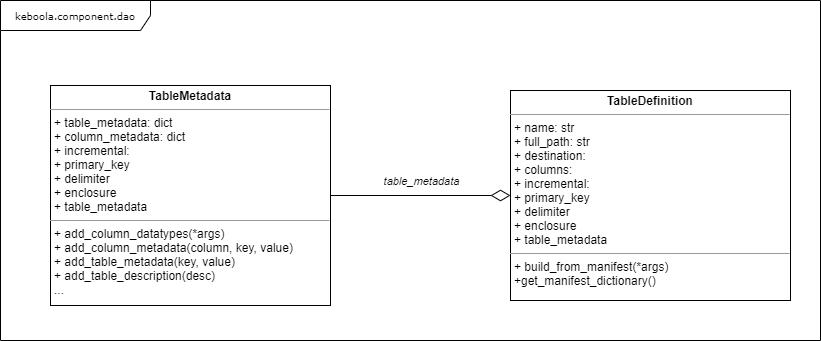
This is docs/imgs/TableDefinition_class.png from keboola/python-component, a draw.io export, as it was before one commit. Source tidied: cells renumbered, new cells last; positions are measured from the earlier drawing's top-left corner, leaving out a move shared by most shapes.
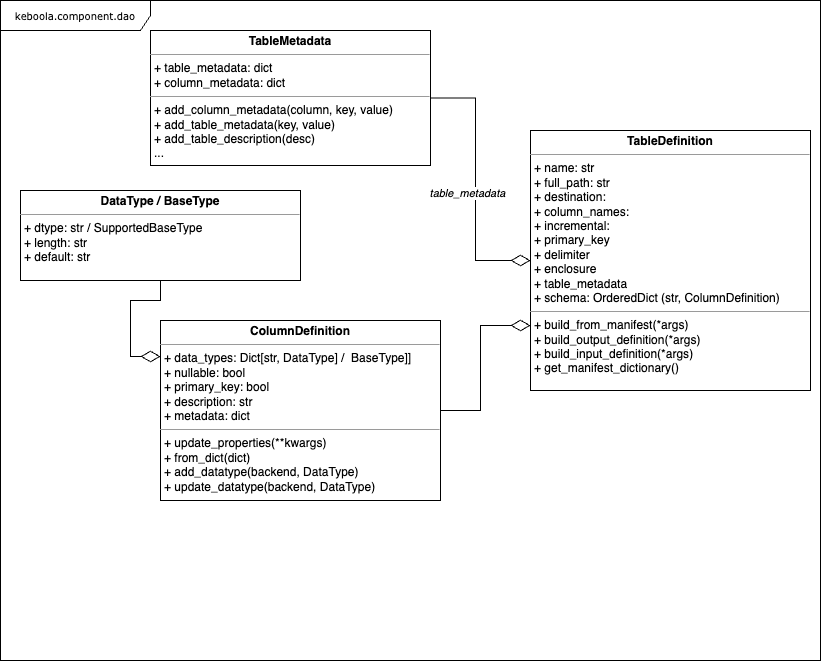
Above is the later version.

Diff of the diagram source:
```diff
@@ -3,10 +3,10 @@
     <mxCell id="0" />
     <mxCell id="1" parent="0" />
     <mxCell id="2" value="keboola.component.dao" style="shape=umlFrame;whiteSpace=wrap;html=1;rounded=0;shadow=0;comic=0;labelBackgroundColor=none;strokeWidth=1;fontFamily=Verdana;fontSize=10;align=center;width=150;height=30;" parent="1" vertex="1">
-      <mxGeometry width="820" height="340" as="geometry" />
+      <mxGeometry width="820" height="660" as="geometry" />
     </mxCell>
-    <mxCell id="3" value="&lt;p style=&quot;margin: 0px ; margin-top: 4px ; text-align: center&quot;&gt;&lt;b&gt;TableDefinition&lt;/b&gt;&lt;/p&gt;&lt;hr size=&quot;1&quot;&gt;&lt;p style=&quot;margin: 0px ; margin-left: 4px&quot;&gt;+ name: str&lt;br&gt;+ full_path: str&lt;/p&gt;&lt;p style=&quot;margin: 0px 0px 0px 4px&quot;&gt;+ destination:&amp;nbsp;&lt;br&gt;+ columns:&amp;nbsp;&lt;/p&gt;&lt;p style=&quot;margin: 0px 0px 0px 4px&quot;&gt;+ incremental:&lt;/p&gt;&lt;p style=&quot;margin: 0px 0px 0px 4px&quot;&gt;+ primary_key&lt;/p&gt;&lt;p style=&quot;margin: 0px 0px 0px 4px&quot;&gt;+ delimiter&lt;/p&gt;&lt;p style=&quot;margin: 0px 0px 0px 4px&quot;&gt;+ enclosure&lt;/p&gt;&lt;p style=&quot;margin: 0px 0px 0px 4px&quot;&gt;+ table_metadata&lt;/p&gt;&lt;hr size=&quot;1&quot;&gt;&lt;p style=&quot;margin: 0px ; margin-left: 4px&quot;&gt;+ build_from_manifest(*args)&lt;/p&gt;&lt;p style=&quot;margin: 0px ; margin-left: 4px&quot;&gt;+get_manifest_dictionary()&lt;/p&gt;" style="verticalAlign=top;align=left;overflow=fill;fontSize=12;fontFamily=Helvetica;html=1;rounded=0;shadow=0;comic=0;labelBackgroundColor=none;strokeWidth=1;" parent="1" vertex="1">
-      <mxGeometry x="510" y="90" width="280" height="210" as="geometry" />
+    <mxCell id="3" value="&lt;p style=&quot;margin: 0px ; margin-top: 4px ; text-align: center&quot;&gt;&lt;b&gt;TableDefinition&lt;/b&gt;&lt;/p&gt;&lt;hr size=&quot;1&quot;&gt;&lt;p style=&quot;margin: 0px ; margin-left: 4px&quot;&gt;+ name: str&lt;br&gt;+ full_path: str&lt;/p&gt;&lt;p style=&quot;margin: 0px 0px 0px 4px&quot;&gt;+ destination:&amp;nbsp;&lt;br&gt;+ column_names:&amp;nbsp;&lt;/p&gt;&lt;p style=&quot;margin: 0px 0px 0px 4px&quot;&gt;+ incremental:&lt;/p&gt;&lt;p style=&quot;margin: 0px 0px 0px 4px&quot;&gt;+ primary_key&lt;/p&gt;&lt;p style=&quot;margin: 0px 0px 0px 4px&quot;&gt;+ delimiter&lt;/p&gt;&lt;p style=&quot;margin: 0px 0px 0px 4px&quot;&gt;+ enclosure&lt;/p&gt;&lt;p style=&quot;margin: 0px 0px 0px 4px&quot;&gt;+ table_metadata&lt;/p&gt;&lt;p style=&quot;margin: 0px 0px 0px 4px&quot;&gt;+ schema: OrderedDict (str, ColumnDefinition)&lt;/p&gt;&lt;hr size=&quot;1&quot;&gt;&lt;p style=&quot;margin: 0px ; margin-left: 4px&quot;&gt;+ build_from_manifest(*args)&lt;/p&gt;&lt;p style=&quot;margin: 0px ; margin-left: 4px&quot;&gt;+ build_output_definition(&lt;span style=&quot;background-color: initial;&quot;&gt;*args&lt;/span&gt;&lt;span style=&quot;background-color: initial;&quot;&gt;)&lt;/span&gt;&lt;/p&gt;&lt;p style=&quot;margin: 0px ; margin-left: 4px&quot;&gt;+ build_input_definition(&lt;span style=&quot;background-color: initial;&quot;&gt;*args&lt;/span&gt;&lt;span style=&quot;background-color: initial;&quot;&gt;)&lt;/span&gt;&lt;/p&gt;&lt;p style=&quot;margin: 0px ; margin-left: 4px&quot;&gt;+ get_manifest_dictionary()&lt;/p&gt;" style="verticalAlign=top;align=left;overflow=fill;fontSize=12;fontFamily=Helvetica;html=1;rounded=0;shadow=0;comic=0;labelBackgroundColor=none;strokeWidth=1;" parent="1" vertex="1">
+      <mxGeometry x="530" y="130" width="280" height="260" as="geometry" />
     </mxCell>
     <mxCell id="4" style="edgeStyle=orthogonalEdgeStyle;rounded=0;jettySize=auto;html=1;exitX=1;exitY=0.5;exitDx=0;exitDy=0;endArrow=diamondThin;endFill=0;endSize=17;strokeWidth=1;entryX=0;entryY=0.5;entryDx=0;entryDy=0;" parent="1" edge="1" source="6" target="3">
       <mxGeometry relative="1" as="geometry" />
@@ -16,8 +16,20 @@
         <mxPoint x="-13" y="-11" as="offset" />
       </mxGeometry>
     </mxCell>
-    <mxCell id="6" value="&lt;p style=&quot;margin: 0px ; margin-top: 4px ; text-align: center&quot;&gt;&lt;b&gt;TableMetadata&lt;/b&gt;&lt;/p&gt;&lt;hr size=&quot;1&quot;&gt;&lt;p style=&quot;margin: 0px ; margin-left: 4px&quot;&gt;+ table_metadata: dict&amp;nbsp;&lt;br&gt;+ column_metadata: dict&amp;nbsp;&lt;/p&gt;&lt;p style=&quot;margin: 0px ; margin-left: 4px&quot;&gt;+ incremental:&lt;/p&gt;&lt;p style=&quot;margin: 0px ; margin-left: 4px&quot;&gt;+ primary_key&lt;/p&gt;&lt;p style=&quot;margin: 0px ; margin-left: 4px&quot;&gt;+ delimiter&lt;/p&gt;&lt;p style=&quot;margin: 0px ; margin-left: 4px&quot;&gt;+ enclosure&lt;/p&gt;&lt;p style=&quot;margin: 0px ; margin-left: 4px&quot;&gt;+ table_metadata&lt;/p&gt;&lt;hr size=&quot;1&quot;&gt;&lt;p style=&quot;margin: 0px ; margin-left: 4px&quot;&gt;+ add_column_datatypes(*args)&lt;/p&gt;&lt;p style=&quot;margin: 0px ; margin-left: 4px&quot;&gt;+ add_column_metadata(column, key, value)&lt;br&gt;&lt;/p&gt;&lt;p style=&quot;margin: 0px ; margin-left: 4px&quot;&gt;+ add_table_metadata(key, value)&lt;br&gt;&lt;/p&gt;&lt;p style=&quot;margin: 0px ; margin-left: 4px&quot;&gt;+ add_table_description(desc)&lt;br&gt;&lt;/p&gt;&lt;p style=&quot;margin: 0px ; margin-left: 4px&quot;&gt;...&lt;/p&gt;" style="verticalAlign=top;align=left;overflow=fill;fontSize=12;fontFamily=Helvetica;html=1;rounded=0;shadow=0;comic=0;labelBackgroundColor=none;strokeWidth=1;" parent="1" vertex="1">
-      <mxGeometry x="50" y="85" width="280" height="220" as="geometry" />
+    <mxCell id="6" value="&lt;p style=&quot;margin: 0px ; margin-top: 4px ; text-align: center&quot;&gt;&lt;b&gt;TableMetadata&lt;/b&gt;&lt;/p&gt;&lt;hr size=&quot;1&quot;&gt;&lt;p style=&quot;margin: 0px ; margin-left: 4px&quot;&gt;+ table_metadata: dict&amp;nbsp;&lt;br&gt;+ column_metadata: dict&lt;br&gt;&lt;/p&gt;&lt;hr size=&quot;1&quot;&gt;&lt;p style=&quot;margin: 0px ; margin-left: 4px&quot;&gt;&lt;span style=&quot;background-color: initial;&quot;&gt;+ add_column_metadata(column, key, value)&lt;/span&gt;&lt;br&gt;&lt;/p&gt;&lt;p style=&quot;margin: 0px ; margin-left: 4px&quot;&gt;+ add_table_metadata(key, value)&lt;br&gt;&lt;/p&gt;&lt;p style=&quot;margin: 0px ; margin-left: 4px&quot;&gt;+ add_table_description(desc)&lt;br&gt;&lt;/p&gt;&lt;p style=&quot;margin: 0px ; margin-left: 4px&quot;&gt;...&lt;/p&gt;" style="verticalAlign=top;align=left;overflow=fill;fontSize=12;fontFamily=Helvetica;html=1;rounded=0;shadow=0;comic=0;labelBackgroundColor=none;strokeWidth=1;" parent="1" vertex="1">
+      <mxGeometry x="150" y="30" width="280" height="135" as="geometry" />
     </mxCell>
+    <mxCell id="7" style="edgeStyle=orthogonalEdgeStyle;rounded=0;jettySize=auto;html=1;exitX=1;exitY=0.5;exitDx=0;exitDy=0;entryX=0;entryY=0.75;entryDx=0;entryDy=0;endArrow=diamondThin;endFill=0;endSize=17;" parent="1" edge="1" source="8" target="3">
+      <mxGeometry relative="1" as="geometry" />
+    </mxCell>
+    <mxCell id="8" value="&lt;p style=&quot;margin: 0px ; margin-top: 4px ; text-align: center&quot;&gt;&lt;span style=&quot;text-align: left;&quot;&gt;&lt;b&gt;ColumnDefinition&lt;/b&gt;&lt;/span&gt;&lt;br&gt;&lt;/p&gt;&lt;hr size=&quot;1&quot;&gt;&lt;p style=&quot;margin: 0px ; margin-left: 4px&quot;&gt;+ data_types: Dict[str, DataType] /&amp;nbsp; BaseType]]&lt;/p&gt;&lt;p style=&quot;margin: 0px ; margin-left: 4px&quot;&gt;+ nullable: bool&lt;/p&gt;&lt;p style=&quot;margin: 0px ; margin-left: 4px&quot;&gt;+ primary_key: bool&lt;/p&gt;&lt;p style=&quot;margin: 0px ; margin-left: 4px&quot;&gt;+ description: str&lt;/p&gt;&lt;p style=&quot;margin: 0px ; margin-left: 4px&quot;&gt;+ metadata: dict&lt;/p&gt;&lt;hr size=&quot;1&quot;&gt;&lt;p style=&quot;margin: 0px ; margin-left: 4px&quot;&gt;&lt;span style=&quot;background-color: initial;&quot;&gt;+ update_properties(**kwargs)&lt;/span&gt;&lt;br&gt;&lt;/p&gt;&lt;p style=&quot;margin: 0px ; margin-left: 4px&quot;&gt;+ from_dict(dict)&lt;br&gt;&lt;/p&gt;&lt;p style=&quot;margin: 0px ; margin-left: 4px&quot;&gt;+ add_datatype(backend, DataType)&lt;br&gt;&lt;/p&gt;&lt;p style=&quot;margin: 0px 0px 0px 4px;&quot;&gt;+ update_datatype(backend, DataType)&lt;/p&gt;" style="verticalAlign=top;align=left;overflow=fill;fontSize=12;fontFamily=Helvetica;html=1;rounded=0;shadow=0;comic=0;labelBackgroundColor=none;strokeWidth=1;" parent="1" vertex="1">
+      <mxGeometry x="160" y="320" width="280" height="180" as="geometry" />
+    </mxCell>
+    <mxCell id="9" value="&lt;p style=&quot;margin: 0px ; margin-top: 4px ; text-align: center&quot;&gt;&lt;span style=&quot;text-align: left;&quot;&gt;&lt;b&gt;DataType / BaseType&lt;/b&gt;&lt;/span&gt;&lt;br&gt;&lt;/p&gt;&lt;hr size=&quot;1&quot;&gt;&lt;p style=&quot;margin: 0px ; margin-left: 4px&quot;&gt;+ dtype: str / SupportedBaseType&lt;/p&gt;&lt;p style=&quot;margin: 0px ; margin-left: 4px&quot;&gt;+ length: str&lt;/p&gt;&lt;p style=&quot;margin: 0px ; margin-left: 4px&quot;&gt;+ default: str&lt;/p&gt;&lt;p style=&quot;margin: 0px ; margin-left: 4px&quot;&gt;&lt;br&gt;&lt;/p&gt;" style="verticalAlign=top;align=left;overflow=fill;fontSize=12;fontFamily=Helvetica;html=1;rounded=0;shadow=0;comic=0;labelBackgroundColor=none;strokeWidth=1;" parent="1" vertex="1">
+      <mxGeometry x="20" y="190" width="280" height="90" as="geometry" />
+    </mxCell>
+    <mxCell id="10" style="edgeStyle=orthogonalEdgeStyle;rounded=0;jettySize=auto;html=1;exitX=0.5;exitY=1;exitDx=0;exitDy=0;entryX=0;entryY=0.2;entryDx=0;entryDy=0;entryPerimeter=0;endArrow=diamondThin;endFill=0;endSize=17;" parent="1" edge="1" source="9" target="8">
+      <mxGeometry relative="1" as="geometry" />
+    </mxCell>
   </root>
 </mxGraphModel>
```
